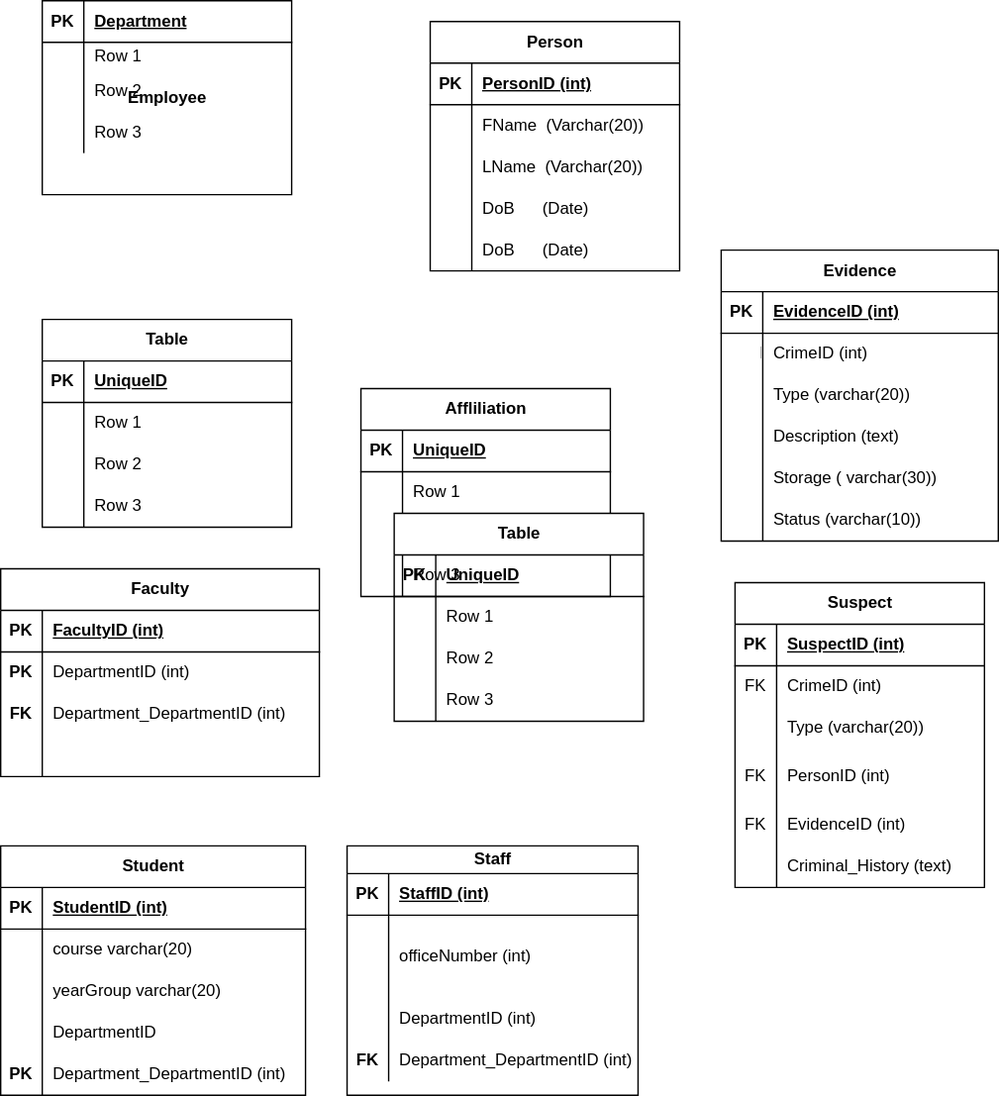
Priscile2/Diagrams keeps this draw.io diagram as Untitled Diagram.drawio.svg. Above is the earlier version. Source tidied: cells renumbered, new cells last; positions are measured from the earlier drawing's top-left corner, leaving out a move shared by most shapes.
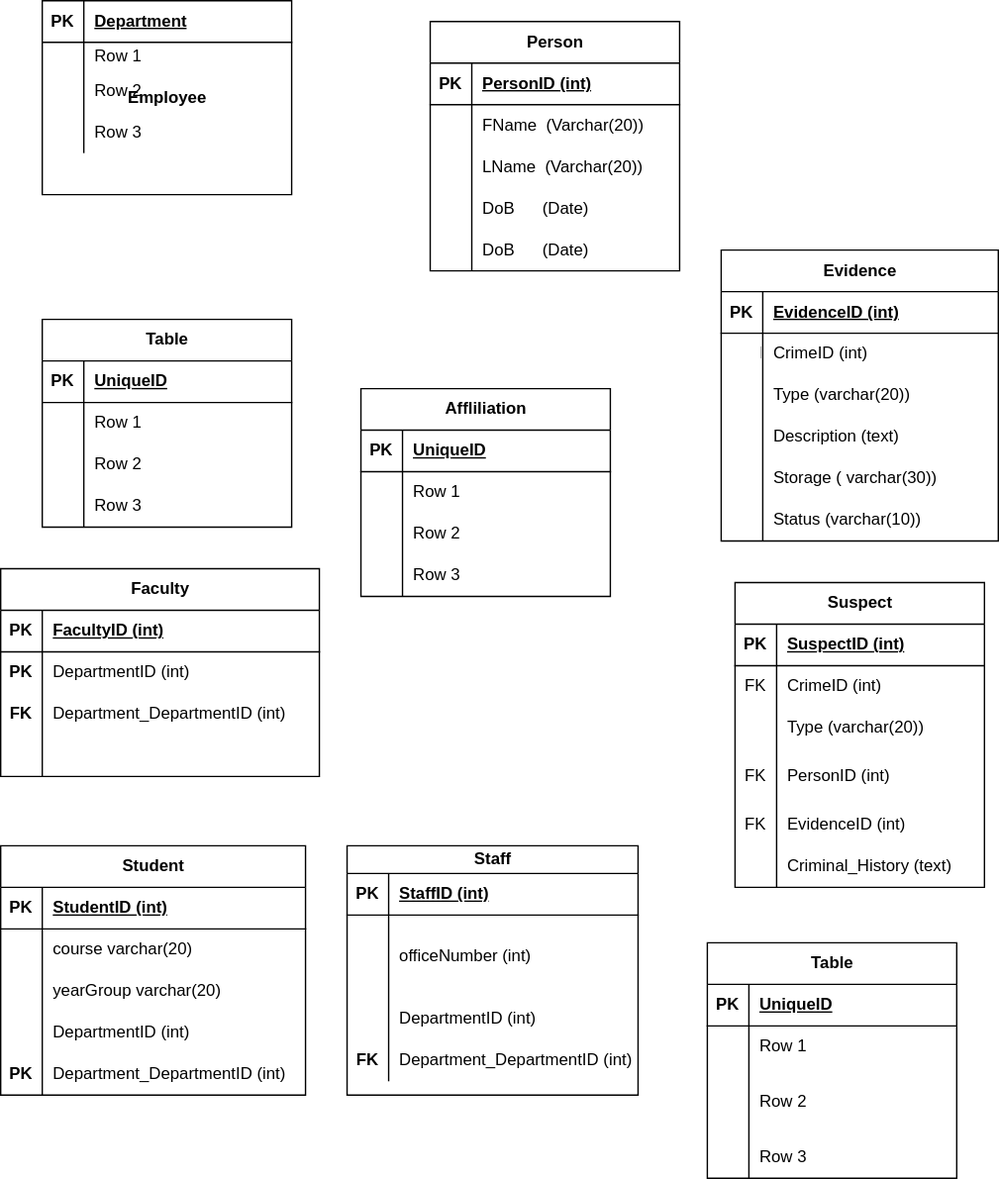
Above is the later version.

The edit, as a diff of the source:
```diff
@@ -282,7 +282,7 @@
       <mxGeometry x="30" width="150" height="30" as="geometry" />
     </mxCell>
     <mxCell id="95" value="Table" style="shape=table;startSize=30;rowLines=0;fontStyle=1;align=center;html=1;" parent="1" vertex="1">
-      <mxGeometry x="284" y="370" width="180" height="150" as="geometry" />
+      <mxGeometry x="510" y="680" width="180" height="170" as="geometry" />
     </mxCell>
     <mxCell id="96" style="shape=tableRow;horizontal=0;startSize=0;swimlaneHead=0;swimlaneBody=0;fillColor=none;top=0;left=0;right=0;bottom=1;" parent="95" vertex="1">
       <mxGeometry y="30" width="180" height="30" as="geometry" />
@@ -303,16 +303,16 @@
       <mxGeometry x="30" width="150" height="30" as="geometry" />
     </mxCell>
     <mxCell id="102" style="shape=tableRow;horizontal=0;startSize=0;swimlaneHead=0;swimlaneBody=0;fillColor=none;top=0;left=0;right=0;bottom=0;" parent="95" vertex="1">
-      <mxGeometry y="90" width="180" height="30" as="geometry" />
+      <mxGeometry y="90" width="180" height="50" as="geometry" />
     </mxCell>
     <mxCell id="103" style="shape=partialRectangle;fillColor=none;top=0;left=0;bottom=0;right=0;overflow=hidden;whiteSpace=wrap;html=1;" parent="102" vertex="1">
-      <mxGeometry width="30" height="30" as="geometry" />
+      <mxGeometry width="30" height="50" as="geometry" />
     </mxCell>
     <mxCell id="104" value="Row 2" style="shape=partialRectangle;fillColor=none;top=0;left=0;bottom=0;right=0;align=left;spacingLeft=6;overflow=hidden;whiteSpace=wrap;html=1;" parent="102" vertex="1">
-      <mxGeometry x="30" width="150" height="30" as="geometry" />
+      <mxGeometry x="30" width="150" height="50" as="geometry" />
     </mxCell>
     <mxCell id="105" style="shape=tableRow;horizontal=0;startSize=0;swimlaneHead=0;swimlaneBody=0;fillColor=none;top=0;left=0;right=0;bottom=0;" parent="95" vertex="1">
-      <mxGeometry y="120" width="180" height="30" as="geometry" />
+      <mxGeometry y="140" width="180" height="30" as="geometry" />
     </mxCell>
     <mxCell id="106" style="shape=partialRectangle;fillColor=none;top=0;left=0;bottom=0;right=0;overflow=hidden;whiteSpace=wrap;html=1;" parent="105" vertex="1">
       <mxGeometry width="30" height="30" as="geometry" />
@@ -434,7 +434,7 @@
     <mxCell id="145" style="shape=partialRectangle;fillColor=none;top=0;left=0;bottom=0;right=0;overflow=hidden;whiteSpace=wrap;html=1;" parent="144" vertex="1">
       <mxGeometry width="30" height="30" as="geometry" />
     </mxCell>
-    <mxCell id="146" value="DepartmentID" style="shape=partialRectangle;fillColor=none;top=0;left=0;bottom=0;right=0;align=left;spacingLeft=6;overflow=hidden;whiteSpace=wrap;html=1;" parent="144" vertex="1">
+    <mxCell id="146" value="DepartmentID (int)" style="shape=partialRectangle;fillColor=none;top=0;left=0;bottom=0;right=0;align=left;spacingLeft=6;overflow=hidden;whiteSpace=wrap;html=1;" parent="144" vertex="1">
       <mxGeometry x="30" width="190" height="30" as="geometry" />
     </mxCell>
     <mxCell id="147" style="shape=tableRow;horizontal=0;startSize=0;swimlaneHead=0;swimlaneBody=0;fillColor=none;top=0;left=0;right=0;bottom=0;" parent="134" vertex="1">
```
